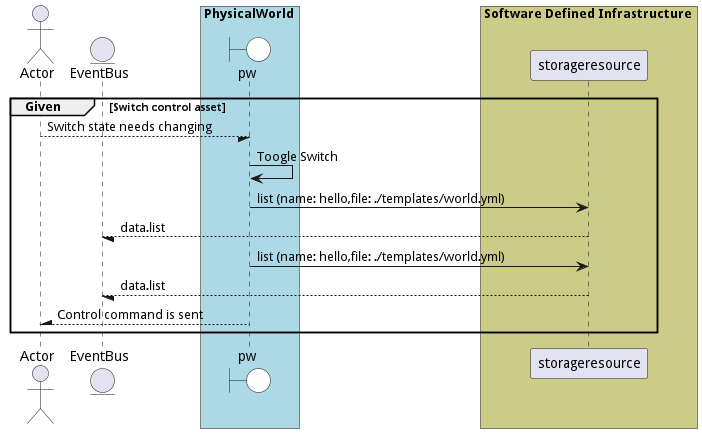
Earlier version of the PlantUML export docs/edgemere/cpl/pw/usecases/changephysicalworld/ToogleSwitch.png (madajaju/edgemere). Its diagram source:
```plantuml
@startuml


actor "Actor"


entity EventBus

box PhysicalWorld #lightblue
    boundary pw #white
end box


box Software Defined Infrastructure #cccc88
            participant storageresource
    end box

group Given [Switch control asset]

"Actor" --/ pw: Switch state needs changing
"pw" -> pw: Toogle Switch

    pw -> "storageresource": list (name: hello,file: ./templates/world.yml)

    "storageresource" --/ EventBus: data.list

    pw -> "storageresource": list (name: hello,file: ./templates/world.yml)

    "storageresource" --/ EventBus: data.list



"Actor" /-- pw: Control command is sent


end

@enduml
```
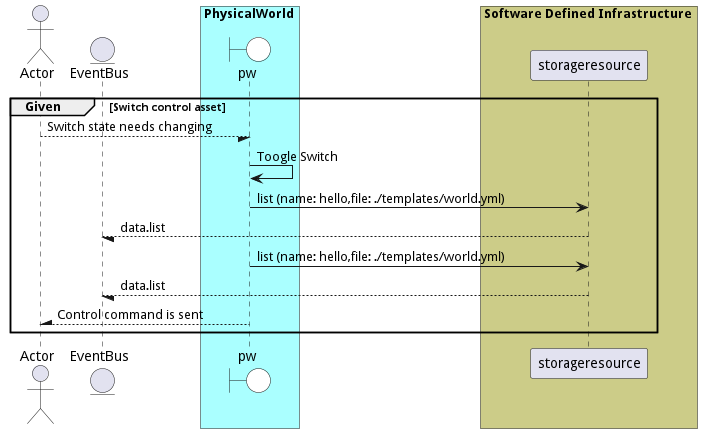
The same file after the commit.

The edit, as a diff of the source:
```diff
@@ -6,7 +6,7 @@
 
 entity EventBus
 
-box PhysicalWorld #lightblue
+box PhysicalWorld #aaffff
     boundary pw #white
 end box
 
```
